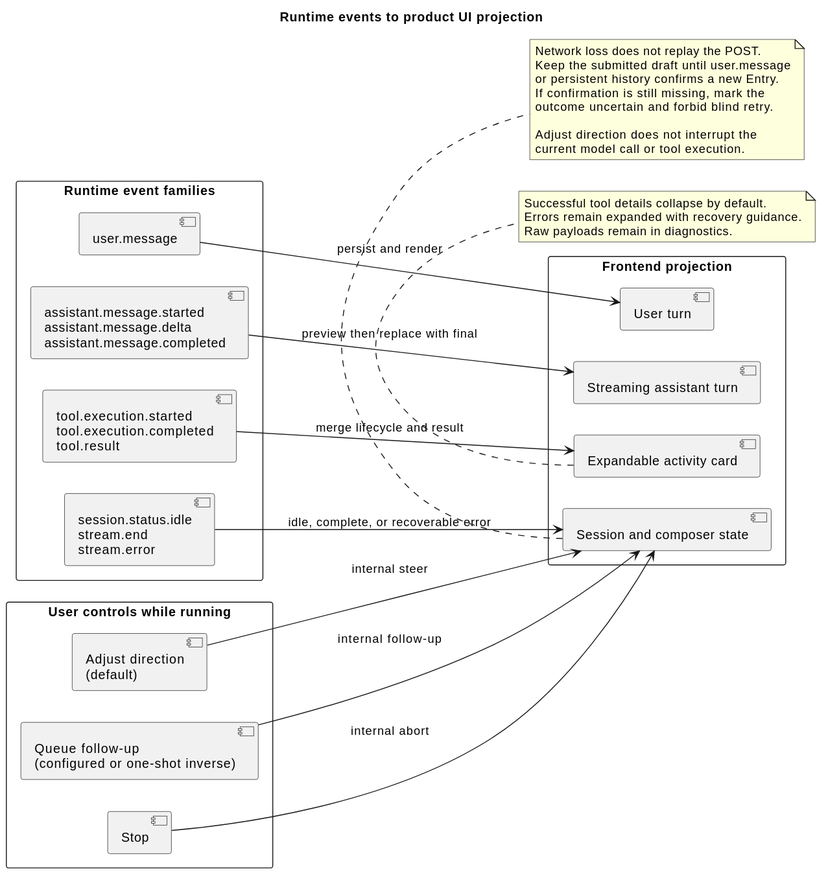
This is docs/designs/campusclaw-frontend/runtime_event_ui_projection.svg from 2862282695gjh-afk/pi-mono-java, a PlantUML export, as it was before one commit.
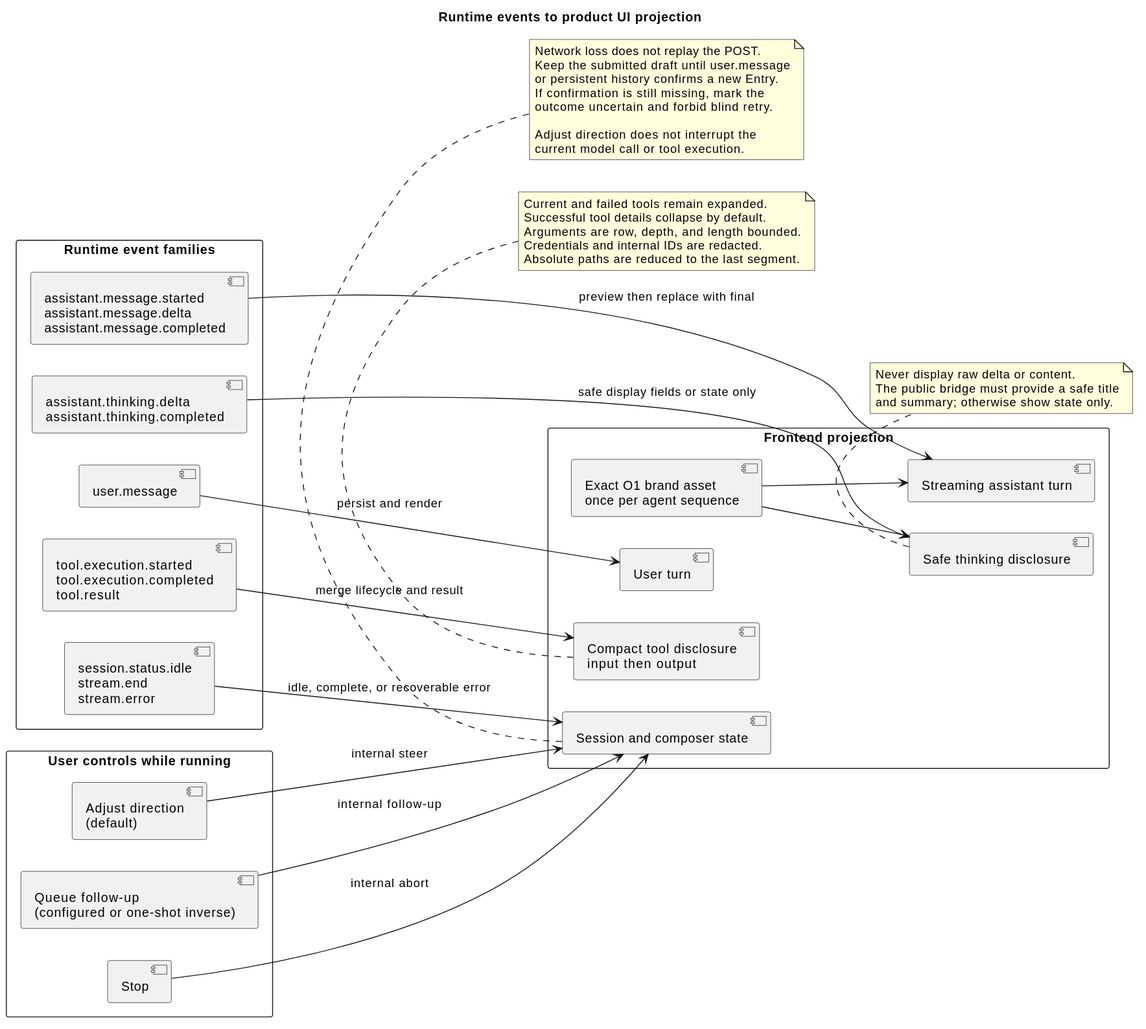
After the commit.

Diff of the diagram source:
```diff
@@ -6,6 +6,7 @@
 rectangle "Runtime event families" as Events {
   component "user.message" as UserEvent
   component "assistant.message.started\nassistant.message.delta\nassistant.message.completed" as AssistantEvents
+  component "assistant.thinking.delta\nassistant.thinking.completed" as ThinkingEvents
   component "tool.execution.started\ntool.execution.completed\ntool.result" as ToolEvents
   component "session.status.idle\nstream.end\nstream.error" as TerminalEvents
 }
@@ -13,7 +14,9 @@
 rectangle "Frontend projection" as Projection {
   component "User turn" as UserTurn
   component "Streaming assistant turn" as AssistantTurn
-  component "Expandable activity card" as ActivityCard
+  component "Safe thinking disclosure" as ThinkingDisclosure
+  component "Compact tool disclosure\ninput then output" as ToolDisclosure
+  component "Exact O1 brand asset\nonce per agent sequence" as BrandAsset
   component "Session and composer state" as SessionState
 }
 
@@ -25,17 +28,28 @@
 
 UserEvent --> UserTurn : persist and render
 AssistantEvents --> AssistantTurn : preview then replace with final
-ToolEvents --> ActivityCard : merge lifecycle and result
+ThinkingEvents --> ThinkingDisclosure : safe display fields or state only
+ToolEvents --> ToolDisclosure : merge lifecycle and result
 TerminalEvents --> SessionState : idle, complete, or recoverable error
+BrandAsset --> AssistantTurn
+BrandAsset --> ThinkingDisclosure
 
 Adjust --> SessionState : internal steer
 Continue --> SessionState : internal follow-up
 Stop --> SessionState : internal abort
 
-note bottom of ActivityCard
+note bottom of ThinkingDisclosure
+Never display raw delta or content.
+The public bridge must provide a safe title
+and summary; otherwise show state only.
+end note
+
+note bottom of ToolDisclosure
+Current and failed tools remain expanded.
 Successful tool details collapse by default.
-Errors remain expanded with recovery guidance.
-Raw payloads remain in diagnostics.
+Arguments are row, depth, and length bounded.
+Credentials and internal IDs are redacted.
+Absolute paths are reduced to the last segment.
 end note
 
 note bottom of SessionState
```
